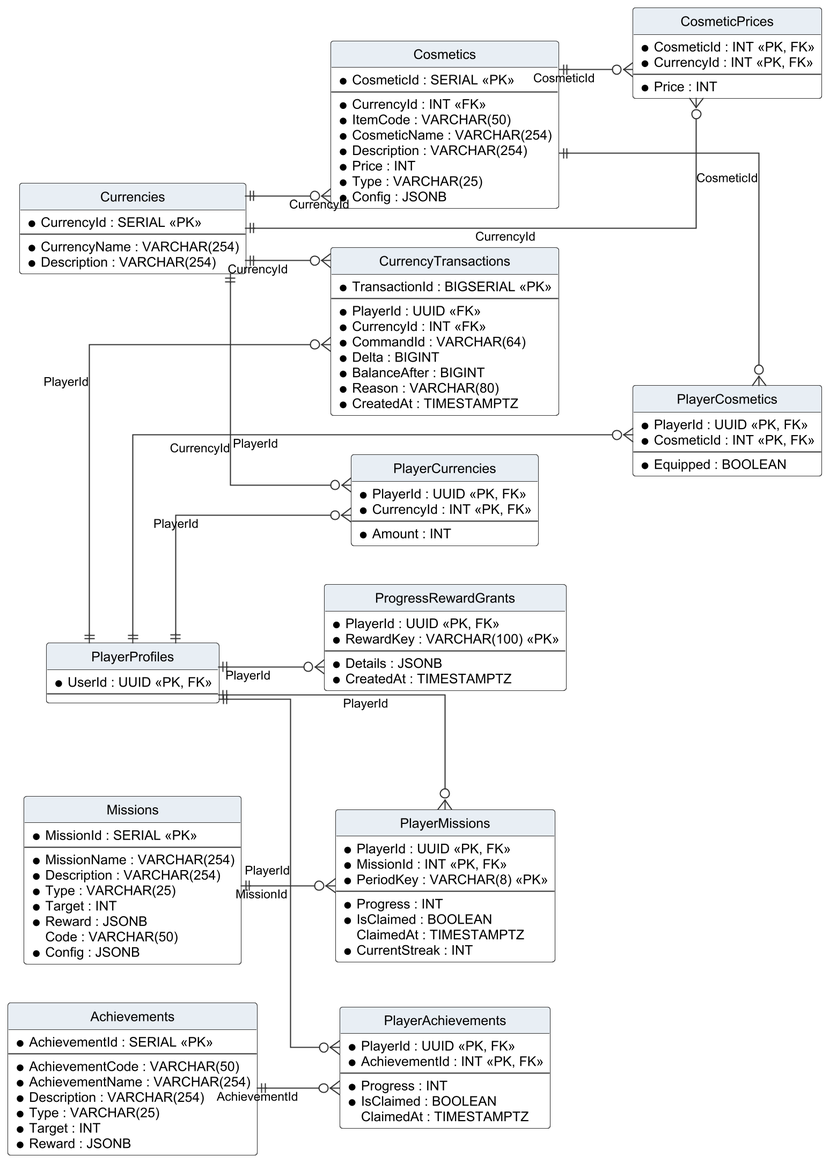
The PlantUML diagram Doc/Project_report/Report/diagrams/png/r4_erd_economy.png in Tad-Min/PickleVerse, before a commit. Source of this version:
```plantuml
@startuml r4_erd_economy
!include _style.iuml
hide circle
hide empty members
skinparam linetype ortho
left to right direction
entity "Currencies" as Currencies {
  * CurrencyId : SERIAL <<PK>>
  --
  * CurrencyName : VARCHAR(254)
  * Description : VARCHAR(254)
}
entity "PlayerCurrencies" as PlayerCurrencies {
  * PlayerId : UUID <<PK, FK>>
  * CurrencyId : INT <<PK, FK>>
  --
  * Amount : INT
}
entity "CurrencyTransactions" as CurrencyTransactions {
  * TransactionId : BIGSERIAL <<PK>>
  --
  * PlayerId : UUID <<FK>>
  * CurrencyId : INT <<FK>>
  * CommandId : VARCHAR(64)
  * Delta : BIGINT
  * BalanceAfter : BIGINT
  * Reason : VARCHAR(80)
  * CreatedAt : TIMESTAMPTZ
}
entity "Cosmetics" as Cosmetics {
  * CosmeticId : SERIAL <<PK>>
  --
  * CurrencyId : INT <<FK>>
  * ItemCode : VARCHAR(50)
  * CosmeticName : VARCHAR(254)
  * Description : VARCHAR(254)
  * Price : INT
  * Type : VARCHAR(25)
  * Config : JSONB
}
entity "CosmeticPrices" as CosmeticPrices {
  * CosmeticId : INT <<PK, FK>>
  * CurrencyId : INT <<PK, FK>>
  --
  * Price : INT
}
entity "PlayerCosmetics" as PlayerCosmetics {
  * PlayerId : UUID <<PK, FK>>
  * CosmeticId : INT <<PK, FK>>
  --
  * Equipped : BOOLEAN
}
entity "Missions" as Missions {
  * MissionId : SERIAL <<PK>>
  --
  * MissionName : VARCHAR(254)
  * Description : VARCHAR(254)
  * Type : VARCHAR(25)
  * Target : INT
  * Reward : JSONB
  Code : VARCHAR(50)
  * Config : JSONB
}
entity "PlayerMissions" as PlayerMissions {
  * PlayerId : UUID <<PK, FK>>
  * MissionId : INT <<PK, FK>>
  * PeriodKey : VARCHAR(8) <<PK>>
  --
  * Progress : INT
  * IsClaimed : BOOLEAN
  ClaimedAt : TIMESTAMPTZ
  * CurrentStreak : INT
}
entity "Achievements" as Achievements {
  * AchievementId : SERIAL <<PK>>
  --
  * AchievementCode : VARCHAR(50)
  * AchievementName : VARCHAR(254)
  * Description : VARCHAR(254)
  * Type : VARCHAR(25)
  * Target : INT
  * Reward : JSONB
}
entity "PlayerAchievements" as PlayerAchievements {
  * PlayerId : UUID <<PK, FK>>
  * AchievementId : INT <<PK, FK>>
  --
  * Progress : INT
  * IsClaimed : BOOLEAN
  ClaimedAt : TIMESTAMPTZ
}
entity "ProgressRewardGrants" as ProgressRewardGrants {
  * PlayerId : UUID <<PK, FK>>
  * RewardKey : VARCHAR(100) <<PK>>
  --
  * Details : JSONB
  * CreatedAt : TIMESTAMPTZ
}
entity "PlayerProfiles" as PlayerProfiles {
  * UserId : UUID <<PK, FK>>
  --
}
PlayerProfiles ||--o{ PlayerCurrencies : "PlayerId"
Currencies ||--o{ PlayerCurrencies : "CurrencyId"
PlayerProfiles ||--o{ CurrencyTransactions : "PlayerId"
Currencies ||--o{ CurrencyTransactions : "CurrencyId"
Currencies ||--o{ Cosmetics : "CurrencyId"
Cosmetics ||--o{ CosmeticPrices : "CosmeticId"
Currencies ||--o{ CosmeticPrices : "CurrencyId"
PlayerProfiles ||--o{ PlayerCosmetics : "PlayerId"
Cosmetics ||--o{ PlayerCosmetics : "CosmeticId"
PlayerProfiles ||--o{ PlayerMissions : "PlayerId"
Missions ||--o{ PlayerMissions : "MissionId"
PlayerProfiles ||--o{ PlayerAchievements : "PlayerId"
Achievements ||--o{ PlayerAchievements : "AchievementId"
PlayerProfiles ||--o{ ProgressRewardGrants : "PlayerId"
@enduml
```
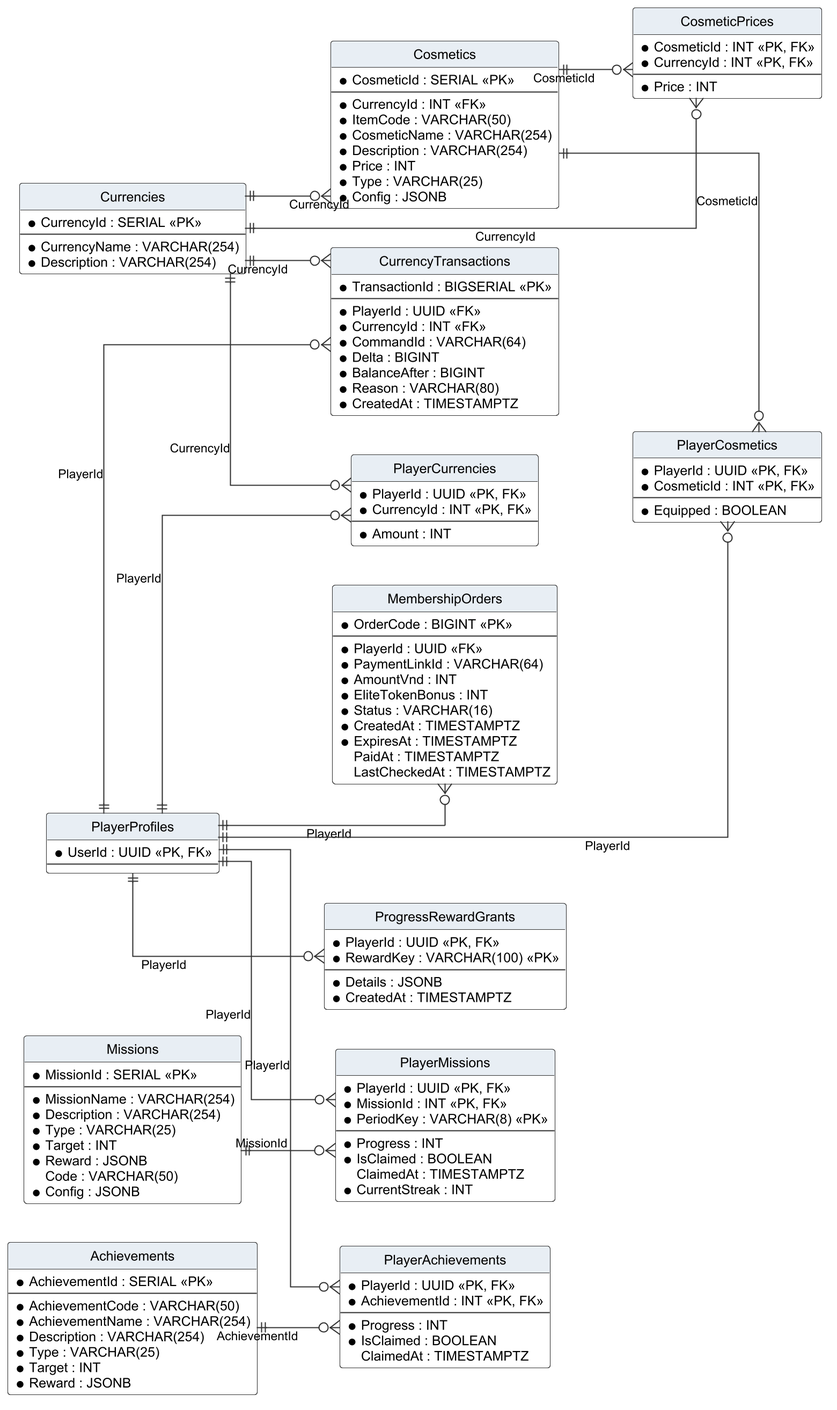
Later version of the same file.

The edit, as a diff of the source:
```diff
@@ -4,6 +4,19 @@
 hide empty members
 skinparam linetype ortho
 left to right direction
+entity "MembershipOrders" as MembershipOrders {
+  * OrderCode : BIGINT <<PK>>
+  --
+  * PlayerId : UUID <<FK>>
+  * PaymentLinkId : VARCHAR(64)
+  * AmountVnd : INT
+  * EliteTokenBonus : INT
+  * Status : VARCHAR(16)
+  * CreatedAt : TIMESTAMPTZ
+  * ExpiresAt : TIMESTAMPTZ
+  PaidAt : TIMESTAMPTZ
+  LastCheckedAt : TIMESTAMPTZ
+}
 entity "Currencies" as Currencies {
   * CurrencyId : SERIAL <<PK>>
   --
@@ -100,6 +113,7 @@
   * UserId : UUID <<PK, FK>>
   --
 }
+PlayerProfiles ||--o{ MembershipOrders : "PlayerId"
 PlayerProfiles ||--o{ PlayerCurrencies : "PlayerId"
 Currencies ||--o{ PlayerCurrencies : "CurrencyId"
 PlayerProfiles ||--o{ CurrencyTransactions : "PlayerId"
```
